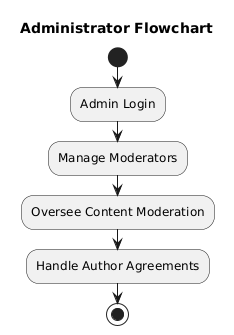
arindhimar/BookAura keeps this PlantUML diagram as Application Flow/AA.png. Above is the earlier version.
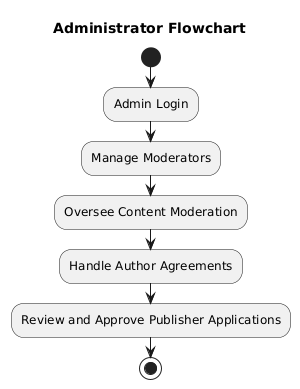
After the commit.

Diff of the diagram source:
```diff
@@ -8,6 +8,7 @@
 :Manage Moderators;
 :Oversee Content Moderation;
 :Handle Author Agreements;
+:Review and Approve Publisher Applications;
 
 stop
 @enduml
```
